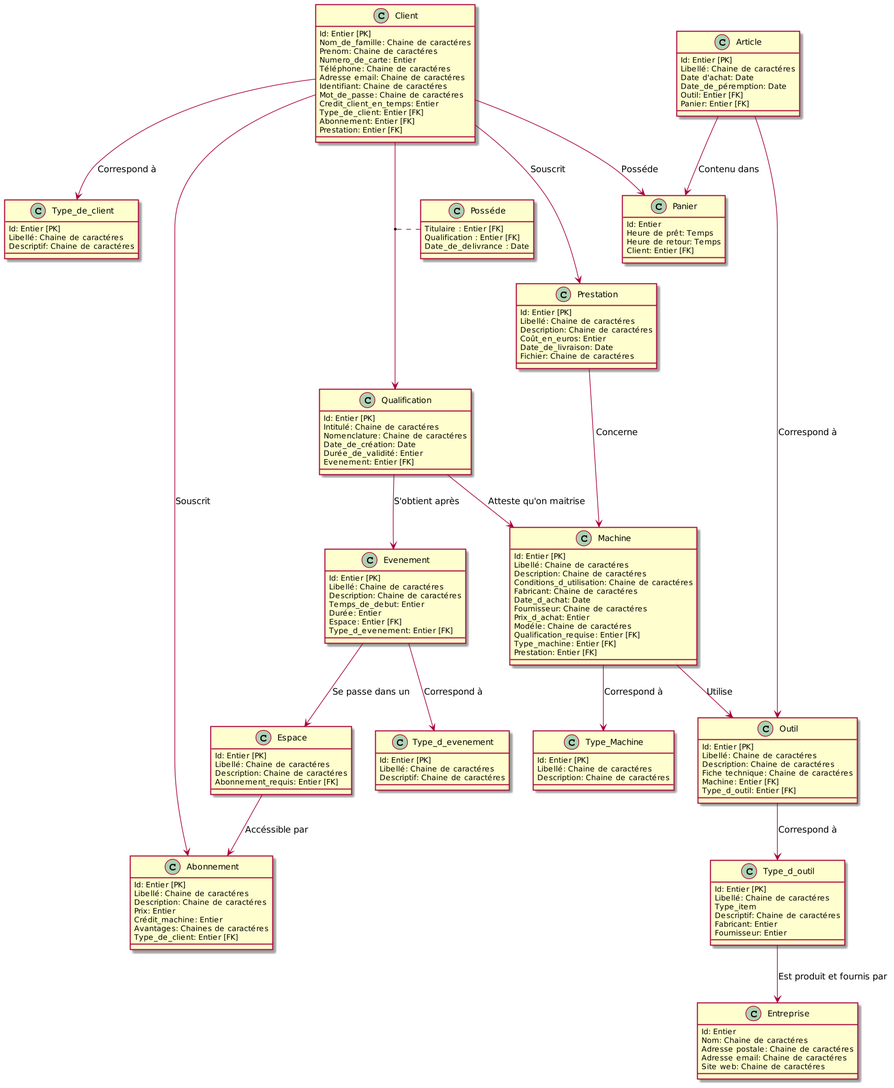
Before: documentation/conception_BDD/schéma_BDD.png, a diagram exported from PlantUML (Vicken-Ghoubiguian/ANOVFabmanager).
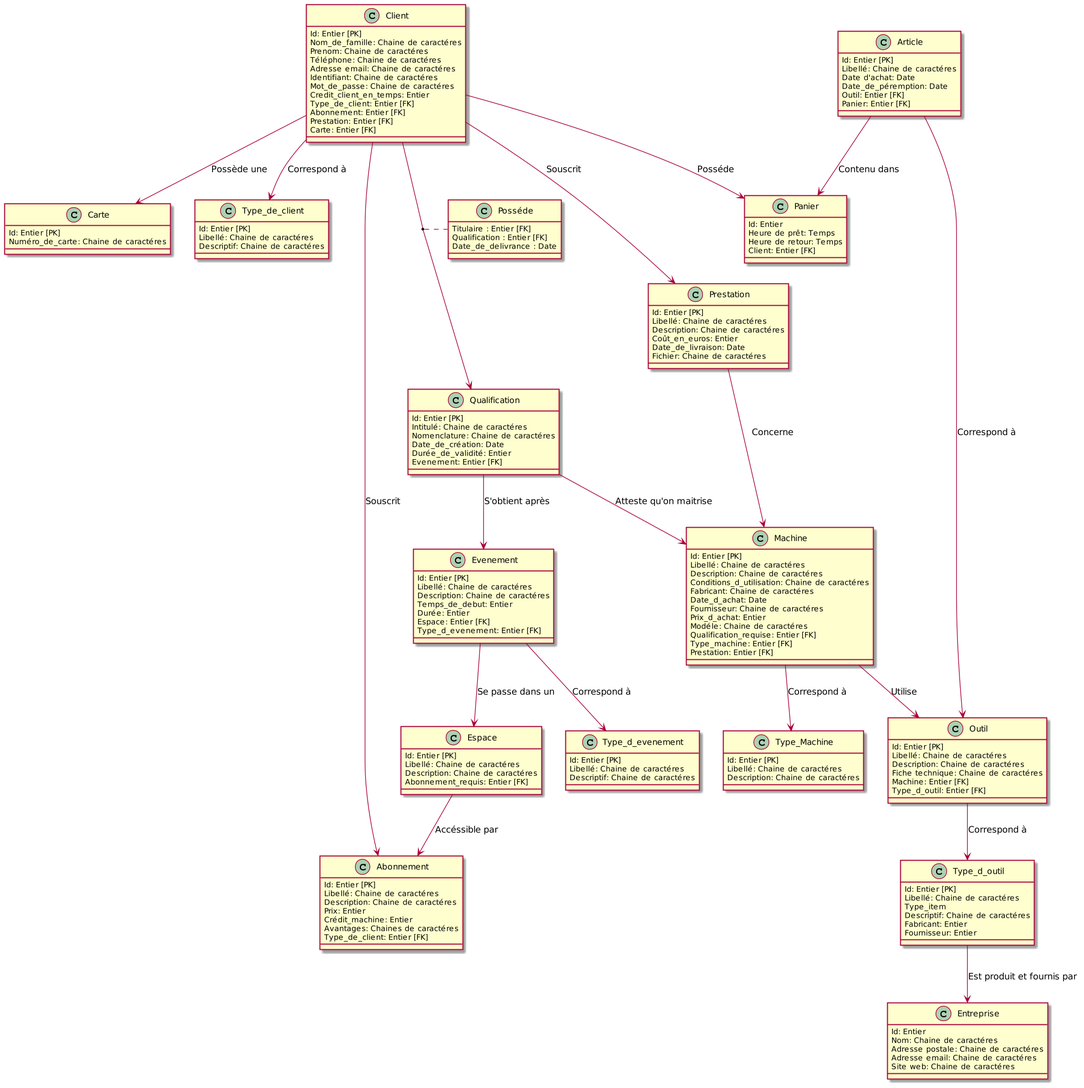
After the change.

Change to the diagram source:
```diff
@@ -5,7 +5,6 @@
     Id: Entier [PK]
     Nom_de_famille: Chaine de caractéres
     Prenom: Chaine de caractéres
-    Numero_de_carte: Entier
     Téléphone: Chaine de caractéres
     Adresse email: Chaine de caractéres
     Identifiant: Chaine de caractéres
@@ -14,6 +13,12 @@
     Type_de_client: Entier [FK]
     Abonnement: Entier [FK]
     Prestation: Entier [FK]
+    Carte: Entier [FK]
+}
+
+class Carte {
+    Id: Entier [PK]
+    Numéro_de_carte: Chaine de caractéres
 }
 
 class Type_de_client {
@@ -148,6 +153,7 @@
 Machine --> Type_Machine : Correspond à
 Client --> Type_de_client : Correspond à
 Client --> Prestation : Souscrit
+Client --> Carte : Possède une
 Prestation --> Machine : Concerne
 Qualification --> Evenement : S'obtient après
 Evenement --> Type_d_evenement : Correspond à
```
